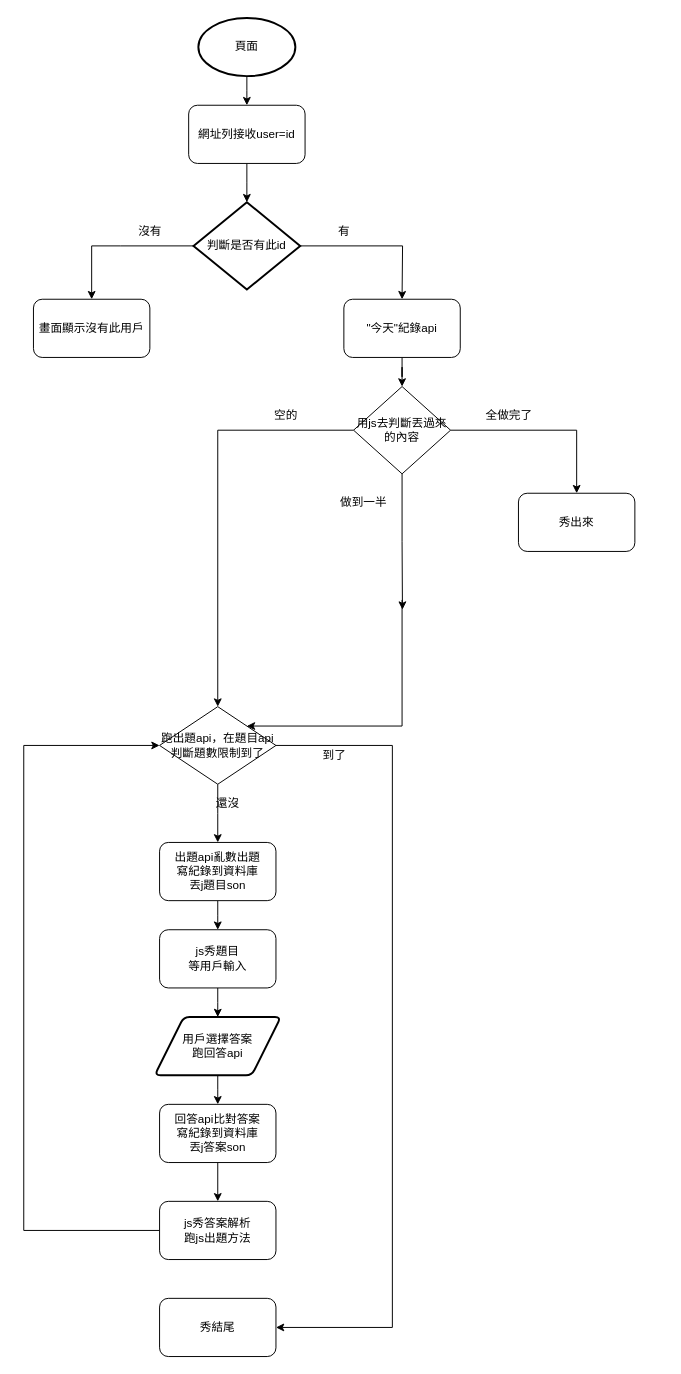
The draw.io diagram 未命名圖表.drawio in kartg0203/work_flow, before the edit. Source tidied: cells renumbered, new cells numbered last; positions are measured from the earlier drawing's top-left corner, leaving out a move shared by most shapes. Both pictures are drawn from the tidied source at 97%, with x=0, y=0 at pixel (23, 17).
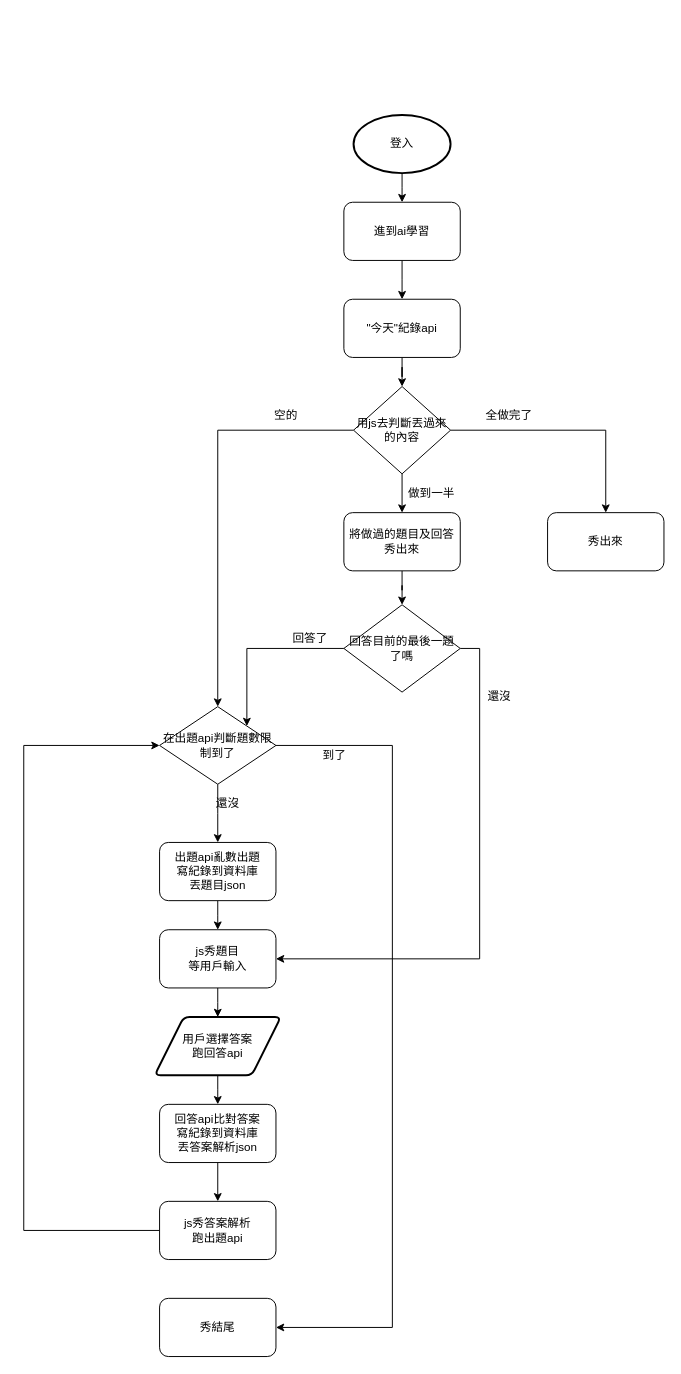
The same diagram, later.

Commit message:
更新未命名圖表.drawio

The change refers to these unchanged cells:
```xml
<mxCell id="12" value="js秀題目&lt;br&gt;等用戶輸入" style="rounded=1;whiteSpace=wrap;html=1;" parent="1" vertex="1">
  <mxGeometry x="140" y="940" width="120" height="60" as="geometry" />
</mxCell>
<mxCell id="36" value="&lt;span&gt;用js去判斷丟過來的內容&lt;/span&gt;" style="rhombus;whiteSpace=wrap;html=1;" parent="1" vertex="1">
  <mxGeometry x="340" y="380" width="100" height="90" as="geometry" />
</mxCell>
```

Change to the diagram source:
```diff
@@
-    <mxCell id="3" value="頁面" style="strokeWidth=2;html=1;shape=mxgraph.flowchart.start_1;whiteSpace=wrap;" parent="1" vertex="1">
-      <mxGeometry x="180" width="100" height="60" as="geometry" />
+    <mxCell id="3" value="登入" style="strokeWidth=2;html=1;shape=mxgraph.flowchart.start_1;whiteSpace=wrap;" parent="1" vertex="1">
+      <mxGeometry x="340" y="100" width="100" height="60" as="geometry" />
     </mxCell>
     <mxCell id="4" style="edgeStyle=orthogonalEdgeStyle;rounded=0;jettySize=auto;html=1;startArrow=none;" parent="1" edge="1" source="13">
       <mxGeometry relative="1" as="geometry">
-        <mxPoint x="230" y="190" as="targetPoint" />
+        <mxPoint x="390" y="290" as="targetPoint" />
       </mxGeometry>
     </mxCell>
-    <mxCell id="5" style="edgeStyle=orthogonalEdgeStyle;rounded=0;jettySize=auto;html=1;" parent="1" edge="1" source="7">
-      <mxGeometry relative="1" as="geometry">
-        <mxPoint x="70" y="290" as="targetPoint" />
-        <Array as="points">
-          <mxPoint x="100" y="235" />
-          <mxPoint x="100" y="235" />
-        </Array>
-      </mxGeometry>
-    </mxCell>
-    <mxCell id="6" style="edgeStyle=orthogonalEdgeStyle;rounded=0;jettySize=auto;html=1;" parent="1" edge="1" source="7">
-      <mxGeometry relative="1" as="geometry">
-        <mxPoint x="390" y="290" as="targetPoint" />
-      </mxGeometry>
-    </mxCell>
-    <mxCell id="7" value="判斷是否有此id" style="strokeWidth=2;html=1;shape=mxgraph.flowchart.decision;whiteSpace=wrap;" parent="1" vertex="1">
-      <mxGeometry x="175" y="190" width="110" height="90" as="geometry" />
-    </mxCell>
-    <mxCell id="8" value="畫面顯示沒有此用戶" style="rounded=1;whiteSpace=wrap;html=1;" parent="1" vertex="1">
-      <mxGeometry x="10" y="290" width="120" height="60" as="geometry" />
-    </mxCell>
-    <mxCell id="9" value="沒有" style="text;html=1;align=center;verticalAlign=middle;strokeColor=none;" parent="1" vertex="1">
-      <mxGeometry x="110" y="210" width="40" height="20" as="geometry" />
-    </mxCell>
-    <mxCell id="10" value="有" style="text;html=1;align=center;verticalAlign=middle;strokeColor=none;" parent="1" vertex="1">
-      <mxGeometry x="315" y="210" width="30" height="20" as="geometry" />
-    </mxCell>
@@
-    <mxCell id="13" value="&lt;span&gt;網址列接收user=id&lt;/span&gt;" style="rounded=1;whiteSpace=wrap;html=1;" parent="1" vertex="1">
-      <mxGeometry x="170" y="90" width="120" height="60" as="geometry" />
+    <mxCell id="13" value="進到ai學習" style="rounded=1;whiteSpace=wrap;html=1;" parent="1" vertex="1">
+      <mxGeometry x="330" y="190" width="120" height="60" as="geometry" />
     </mxCell>
@@
-    <mxCell id="17" value="出題api亂數出題&lt;br&gt;寫紀錄到資料庫&lt;br&gt;丟j題目son" style="rounded=1;whiteSpace=wrap;html=1;" parent="1" vertex="1">
+    <mxCell id="17" value="出題api亂數出題&lt;br&gt;寫紀錄到資料庫&lt;br&gt;丟題目json" style="rounded=1;whiteSpace=wrap;html=1;" parent="1" vertex="1">
       <mxGeometry x="140" y="850" width="120" height="60" as="geometry" />
     </mxCell>
@@
-    <mxCell id="19" value="回答api比對答案&lt;br&gt;寫紀錄到資料庫&lt;br&gt;丟j答案son" style="rounded=1;whiteSpace=wrap;html=1;" parent="1" vertex="1">
+    <mxCell id="19" value="回答api比對答案&lt;br&gt;寫紀錄到資料庫&lt;br&gt;丟答案解析json" style="rounded=1;whiteSpace=wrap;html=1;" parent="1" vertex="1">
       <mxGeometry x="140" y="1120" width="120" height="60" as="geometry" />
     </mxCell>
@@
-    <mxCell id="22" value="跑出題api，在題目api判斷題數限制到了" style="rhombus;whiteSpace=wrap;html=1;" parent="1" vertex="1">
+    <mxCell id="22" value="在出題api判斷題數限制到了" style="rhombus;whiteSpace=wrap;html=1;" parent="1" vertex="1">
       <mxGeometry x="140" y="710" width="120" height="80" as="geometry" />
     </mxCell>
@@
-    <mxCell id="25" value="js秀答案解析&lt;br&gt;跑js出題方法" style="rounded=1;whiteSpace=wrap;html=1;" parent="1" vertex="1">
+    <mxCell id="25" value="js秀答案解析&lt;br&gt;跑出題api" style="rounded=1;whiteSpace=wrap;html=1;" parent="1" vertex="1">
       <mxGeometry x="140" y="1220" width="120" height="60" as="geometry" />
     </mxCell>
@@
-    <mxCell id="30" style="edgeStyle=orthogonalEdgeStyle;rounded=0;jettySize=auto;html=1;entryX=1;entryY=0;entryDx=0;entryDy=0;exitX=0.5;exitY=1;exitDx=0;exitDy=0;" parent="1" edge="1" target="22">
-      <mxGeometry relative="1" as="geometry">
-        <mxPoint x="390" y="600" as="sourcePoint" />
-        <Array as="points">
-          <mxPoint x="390" y="730" />
-        </Array>
-      </mxGeometry>
-    </mxCell>
-    <mxCell id="31" value="做到一半" style="text;html=1;align=center;verticalAlign=middle;strokeColor=none;" parent="1" vertex="1">
-      <mxGeometry x="320" y="490" width="60" height="20" as="geometry" />
+    <mxCell id="31" value="還沒" style="text;html=1;align=center;verticalAlign=middle;strokeColor=none;" parent="1" vertex="1">
+      <mxGeometry x="470" y="690" width="40" height="20" as="geometry" />
     </mxCell>
@@
-    <mxCell id="34" style="edgeStyle=orthogonalEdgeStyle;rounded=0;jettySize=auto;html=1;exitX=0.5;exitY=1;exitDx=0;exitDy=0;" parent="1" edge="1" source="36">
-      <mxGeometry relative="1" as="geometry">
-        <mxPoint x="390.4" y="610" as="targetPoint" />
-      </mxGeometry>
-    </mxCell>
@@
+    <mxCell id="39" style="edgeStyle=orthogonalEdgeStyle;rounded=0;jettySize=auto;html=1;" parent="1" edge="1" source="36" target="45">
+      <mxGeometry relative="1" as="geometry" />
+    </mxCell>
@@
     <mxCell id="37" value="秀出來" style="rounded=1;whiteSpace=wrap;html=1;" parent="1" vertex="1">
-      <mxGeometry x="510" y="490" width="120" height="60" as="geometry" />
+      <mxGeometry x="540" y="510" width="120" height="60" as="geometry" />
     </mxCell>
@@
+    <mxCell id="40" style="edgeStyle=orthogonalEdgeStyle;rounded=0;jettySize=auto;html=1;exitX=1;exitY=0.5;exitDx=0;exitDy=0;entryX=1;entryY=0.5;entryDx=0;entryDy=0;" parent="1" edge="1" source="42" target="12">
+      <mxGeometry relative="1" as="geometry" />
+    </mxCell>
+    <mxCell id="41" style="edgeStyle=orthogonalEdgeStyle;rounded=0;jettySize=auto;html=1;entryX=1;entryY=0;entryDx=0;entryDy=0;" parent="1" edge="1" source="42" target="22">
+      <mxGeometry relative="1" as="geometry" />
+    </mxCell>
+    <mxCell id="42" value="回答目前的最後一題了嗎" style="rhombus;whiteSpace=wrap;html=1;" parent="1" vertex="1">
+      <mxGeometry x="330" y="605" width="120" height="90" as="geometry" />
+    </mxCell>
+    <mxCell id="43" value="回答了" style="text;html=1;align=center;verticalAlign=middle;strokeColor=none;" parent="1" vertex="1">
+      <mxGeometry x="270" y="630" width="50" height="20" as="geometry" />
+    </mxCell>
+    <mxCell id="44" style="edgeStyle=orthogonalEdgeStyle;rounded=0;jettySize=auto;html=1;" parent="1" edge="1" source="45" target="42">
+      <mxGeometry relative="1" as="geometry" />
+    </mxCell>
+    <mxCell id="45" value="將做過的題目及回答秀出來" style="rounded=1;whiteSpace=wrap;html=1;" parent="1" vertex="1">
+      <mxGeometry x="330" y="510" width="120" height="60" as="geometry" />
+    </mxCell>
+    <mxCell id="46" value="做到一半" style="text;html=1;align=center;verticalAlign=middle;strokeColor=none;" parent="1" vertex="1">
+      <mxGeometry x="390" y="480" width="60" height="20" as="geometry" />
+    </mxCell>
```
